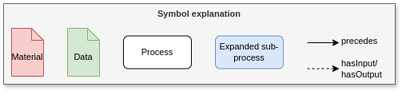
Above: examples/CHADA-workflow/figs/SEM-CHADA-bpmn_legend.png in HEU-MatCHMaker/DataDocumentation (draw.io), before the change. Source tidied: cells renumbered, new cells last; positions are measured from the earlier drawing's top-left corner, leaving out a move shared by most shapes. Source of this version:
```xml
<mxGraphModel>
  <root>
    <mxCell id="0" />
    <mxCell id="1" parent="0" />
    <mxCell id="2" style="group;" parent="1" vertex="1">
      <mxGeometry width="490" height="101" as="geometry" />
    </mxCell>
    <mxCell id="3" value="&lt;b&gt;Symbol explanation&lt;/b&gt;" style="rounded=0;whiteSpace=wrap;html=1;fontFamily=Helvetica;fontSize=11;fontColor=#333333;labelBackgroundColor=none;fillColor=#f5f5f5;strokeColor=#666666;shadow=1;verticalAlign=top;" parent="2" vertex="1">
      <mxGeometry width="490" height="101" as="geometry" />
    </mxCell>
    <mxCell id="4" value="Process" style="rounded=1;whiteSpace=wrap;html=1;fontFamily=Helvetica;fontSize=11;fontColor=default;labelBackgroundColor=default;" parent="2" vertex="1">
      <mxGeometry x="150" y="40.5" width="85" height="41" as="geometry" />
    </mxCell>
    <mxCell id="5" style="group;" parent="2" vertex="1">
      <mxGeometry x="70" y="31" width="60" height="60" as="geometry" />
    </mxCell>
    <mxCell id="6" style="shape=mxgraph.bpmn.data;labelPosition=center;verticalLabelPosition=bottom;align=center;verticalAlign=top;size=15;html=1;fillColor=#d5e8d4;strokeColor=#82b366;" parent="5" vertex="1">
      <mxGeometry x="10" width="40" height="60" as="geometry" />
    </mxCell>
    <mxCell id="7" value="Data" style="text;html=1;align=center;verticalAlign=middle;whiteSpace=wrap;rounded=0;fontFamily=Helvetica;fontSize=11;fontColor=default;labelBackgroundColor=none;" parent="5" vertex="1">
      <mxGeometry y="20.5" width="60" height="30" as="geometry" />
    </mxCell>
    <mxCell id="8" value="Expanded sub-process" style="rounded=1;whiteSpace=wrap;html=1;fontFamily=Helvetica;fontSize=11;labelBackgroundColor=none;fillColor=#dae8fc;strokeColor=#6c8ebf;" parent="2" vertex="1">
      <mxGeometry x="265" y="40.5" width="85" height="41" as="geometry" />
    </mxCell>
    <mxCell id="9" value="hasInput/&lt;div&gt;hasOutput&lt;/div&gt;" style="text;html=1;align=left;verticalAlign=middle;whiteSpace=wrap;rounded=0;fontFamily=Helvetica;fontSize=11;fontColor=default;labelBackgroundColor=none;" parent="2" vertex="1">
      <mxGeometry x="421" y="66.8" width="55" height="30" as="geometry" />
    </mxCell>
    <mxCell id="10" style="endArrow=classic;html=1;rounded=0;strokeColor=default;align=center;verticalAlign=middle;fontFamily=Helvetica;fontSize=11;fontColor=default;labelBackgroundColor=default;" parent="2" edge="1">
      <mxGeometry relative="1" as="geometry">
        <mxPoint x="380" y="49" as="sourcePoint" />
        <mxPoint x="420" y="49" as="targetPoint" />
      </mxGeometry>
    </mxCell>
    <mxCell id="11" style="endArrow=classic;html=1;rounded=0;strokeColor=default;align=center;verticalAlign=middle;fontFamily=Helvetica;fontSize=11;fontColor=default;labelBackgroundColor=default;dashed=1;" parent="2" edge="1">
      <mxGeometry relative="1" as="geometry">
        <mxPoint x="380" y="81.5" as="sourcePoint" />
        <mxPoint x="420" y="81.5" as="targetPoint" />
      </mxGeometry>
    </mxCell>
    <mxCell id="12" value="precedes" style="text;html=1;align=left;verticalAlign=middle;whiteSpace=wrap;rounded=0;fontFamily=Helvetica;fontSize=11;fontColor=default;labelBackgroundColor=none;" parent="2" vertex="1">
      <mxGeometry x="421" y="36.2" width="50" height="21" as="geometry" />
    </mxCell>
    <mxCell id="13" style="group;" parent="2" vertex="1">
      <mxGeometry y="31" width="60" height="60" as="geometry" />
    </mxCell>
    <mxCell id="14" style="shape=mxgraph.bpmn.data;labelPosition=center;verticalLabelPosition=bottom;align=center;verticalAlign=top;size=15;html=1;fillColor=#f8cecc;strokeColor=#b85450;" parent="13" vertex="1">
      <mxGeometry x="10" width="40" height="60" as="geometry" />
    </mxCell>
    <mxCell id="15" value="Material" style="text;html=1;align=center;verticalAlign=middle;whiteSpace=wrap;rounded=0;fontFamily=Helvetica;fontSize=11;fontColor=default;labelBackgroundColor=none;" parent="13" vertex="1">
      <mxGeometry y="20.5" width="60" height="30" as="geometry" />
    </mxCell>
  </root>
</mxGraphModel>
```
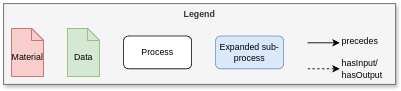
The same file after the commit.

The edit, as a diff of the source:
```diff
@@ -5,7 +5,7 @@
     <mxCell id="2" style="group;" parent="1" vertex="1">
       <mxGeometry width="490" height="101" as="geometry" />
     </mxCell>
-    <mxCell id="3" value="&lt;b&gt;Symbol explanation&lt;/b&gt;" style="rounded=0;whiteSpace=wrap;html=1;fontFamily=Helvetica;fontSize=11;fontColor=#333333;labelBackgroundColor=none;fillColor=#f5f5f5;strokeColor=#666666;shadow=1;verticalAlign=top;" parent="2" vertex="1">
+    <mxCell id="3" value="&lt;b&gt;Legend&lt;/b&gt;" style="rounded=0;whiteSpace=wrap;html=1;fontFamily=Helvetica;fontSize=11;fontColor=#333333;labelBackgroundColor=none;fillColor=#f5f5f5;strokeColor=#666666;shadow=1;verticalAlign=top;" parent="2" vertex="1">
       <mxGeometry width="490" height="101" as="geometry" />
     </mxCell>
     <mxCell id="4" value="Process" style="rounded=1;whiteSpace=wrap;html=1;fontFamily=Helvetica;fontSize=11;fontColor=default;labelBackgroundColor=default;" parent="2" vertex="1">
```
